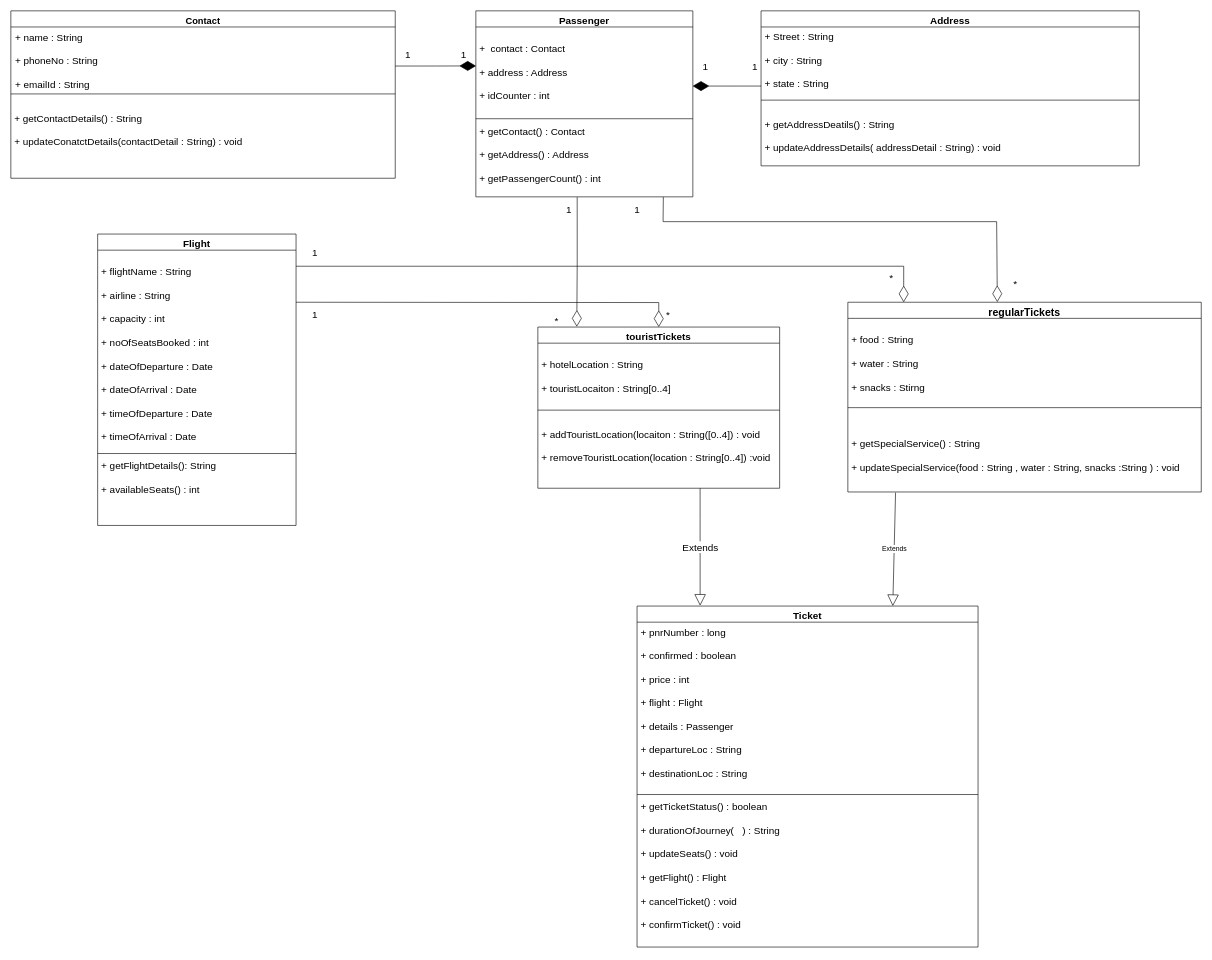
The draw.io diagram UML/class diagram.drawio in abdulashfaq/FRS, before the edit. Source tidied: cells renumbered, new cells numbered last; positions are measured from the earlier drawing's top-left corner, leaving out a move shared by most shapes. Both pictures are drawn from the tidied source at 62%, with x=0, y=0 at pixel (11, 11).
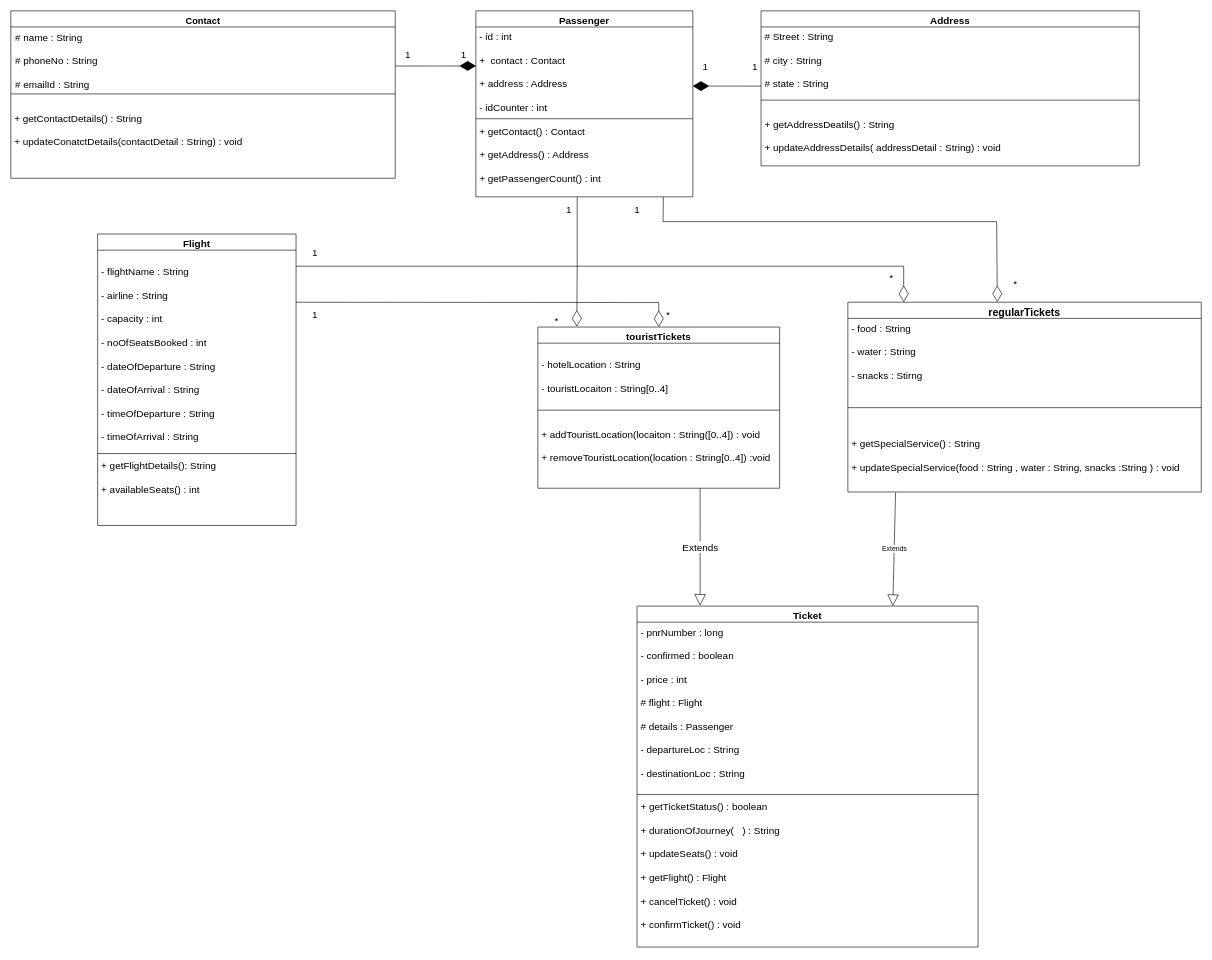
The same diagram, later.

Unchanged cells that the change refers to:
```xml
<mxCell id="2" value="Contact" style="swimlane;fontStyle=1;align=center;verticalAlign=top;horizontal=1;startSize=26;fontSize=15;" parent="1" vertex="1">
  <mxGeometry width="620" height="270" as="geometry" />
</mxCell>
<mxCell id="6" value="Address" style="swimlane;fontStyle=1;align=center;verticalAlign=top;horizontal=1;startSize=26;fontSize=16;" parent="1" vertex="1">
  <mxGeometry x="1210" width="610" height="250" as="geometry" />
</mxCell>
<mxCell id="10" value="regularTickets" style="swimlane;fontStyle=1;align=center;verticalAlign=top;horizontal=1;startSize=26;fontSize=17;" parent="1" vertex="1">
  <mxGeometry x="1350" y="470" width="570" height="306" as="geometry" />
</mxCell>
<mxCell id="14" value="touristTickets" style="swimlane;fontStyle=1;align=center;verticalAlign=top;horizontal=1;startSize=26;fontSize=16;" parent="1" vertex="1">
  <mxGeometry x="850" y="510" width="390" height="260" as="geometry" />
</mxCell>
<mxCell id="18" value="Flight" style="swimlane;fontStyle=1;align=center;verticalAlign=top;horizontal=1;startSize=26;fontSize=16;" parent="1" vertex="1">
  <mxGeometry x="140" y="360" width="320" height="470" as="geometry" />
</mxCell>
<mxCell id="22" value="Ticket" style="swimlane;fontStyle=1;align=center;verticalAlign=top;horizontal=1;startSize=26;fontSize=16;" parent="1" vertex="1">
  <mxGeometry x="1010" y="960" width="550" height="550" as="geometry" />
</mxCell>
<mxCell id="26" value="Passenger" style="swimlane;fontStyle=1;align=center;verticalAlign=top;horizontal=1;startSize=26;fontSize=16;" parent="1" vertex="1">
  <mxGeometry x="750" width="350" height="300" as="geometry" />
</mxCell>
```

Diff of the diagram source:
```diff
@@
-    <mxCell id="3" value="+ name : String&#10;&#10;+ phoneNo : String&#10;&#10;+ emailId : String" style="text;strokeColor=none;fillColor=none;align=left;verticalAlign=top;spacingLeft=4;spacingRight=4;overflow=hidden;points=[[0,0.5],[1,0.5]];portConstraint=eastwest;spacing=3;fontSize=16;" parent="2" vertex="1">
+    <mxCell id="3" value="# name : String&#10;&#10;# phoneNo : String&#10;&#10;# emailId : String" style="text;strokeColor=none;fillColor=none;align=left;verticalAlign=top;spacingLeft=4;spacingRight=4;overflow=hidden;points=[[0,0.5],[1,0.5]];portConstraint=eastwest;spacing=3;fontSize=16;" parent="2" vertex="1">
       <mxGeometry y="26" width="620" height="104" as="geometry" />
     </mxCell>
@@
-    <mxCell id="7" value="+ Street : String&#10;&#10;+ city : String&#10;&#10;+ state : String" style="text;strokeColor=none;fillColor=none;align=left;verticalAlign=top;spacingLeft=4;spacingRight=4;overflow=hidden;points=[[0,0.5],[1,0.5]];portConstraint=eastwest;fontSize=16;" parent="6" vertex="1">
+    <mxCell id="7" value="# Street : String&#10;&#10;# city : String&#10;&#10;# state : String" style="text;strokeColor=none;fillColor=none;align=left;verticalAlign=top;spacingLeft=4;spacingRight=4;overflow=hidden;points=[[0,0.5],[1,0.5]];portConstraint=eastwest;fontSize=16;" parent="6" vertex="1">
       <mxGeometry y="26" width="610" height="114" as="geometry" />
     </mxCell>
@@
-    <mxCell id="11" value="&#10;+ food : String&#10;&#10;+ water : String&#10;&#10;+ snacks : Stirng " style="text;strokeColor=none;fillColor=none;align=left;verticalAlign=top;spacingLeft=4;spacingRight=4;overflow=hidden;fontSize=16;" parent="10" vertex="1">
+    <mxCell id="11" value="- food : String&#10;&#10;- water : String&#10;&#10;- snacks : Stirng " style="text;strokeColor=none;fillColor=none;align=left;verticalAlign=top;spacingLeft=4;spacingRight=4;overflow=hidden;fontSize=16;" parent="10" vertex="1">
       <mxGeometry y="26" width="570" height="140" as="geometry" />
     </mxCell>
@@
-    <mxCell id="15" value="&#10;+ hotelLocation : String&#10;&#10;+ touristLocaiton : String[0..4]" style="text;strokeColor=none;fillColor=none;align=left;verticalAlign=top;spacingLeft=4;spacingRight=4;overflow=hidden;fontSize=16;" parent="14" vertex="1">
+    <mxCell id="15" value="&#10;- hotelLocation : String&#10;&#10;- touristLocaiton : String[0..4]" style="text;strokeColor=none;fillColor=none;align=left;verticalAlign=top;spacingLeft=4;spacingRight=4;overflow=hidden;fontSize=16;" parent="14" vertex="1">
       <mxGeometry y="26" width="390" height="104" as="geometry" />
     </mxCell>
@@
-    <mxCell id="19" value="&#10;+ flightName : String&#10;&#10;+ airline : String&#10;&#10;+ capacity : int &#10;&#10;+ noOfSeatsBooked : int&#10;&#10;+ dateOfDeparture : Date &#10;&#10;+ dateOfArrival : Date&#10;&#10;+ timeOfDeparture : Date&#10;&#10;+ timeOfArrival : Date&#10;" style="text;strokeColor=none;fillColor=none;align=left;verticalAlign=top;spacingLeft=4;spacingRight=4;overflow=hidden;points=[[0,0.5],[1,0.5]];portConstraint=eastwest;fontSize=16;" parent="18" vertex="1">
+    <mxCell id="19" value="&#10;- flightName : String&#10;&#10;- airline : String&#10;&#10;- capacity : int &#10;&#10;- noOfSeatsBooked : int&#10;&#10;- dateOfDeparture : String&#10;&#10;- dateOfArrival : String&#10;&#10;- timeOfDeparture : String&#10;&#10;- timeOfArrival : String&#10;" style="text;strokeColor=none;fillColor=none;align=left;verticalAlign=top;spacingLeft=4;spacingRight=4;overflow=hidden;points=[[0,0.5],[1,0.5]];portConstraint=eastwest;fontSize=16;" parent="18" vertex="1">
       <mxGeometry y="26" width="320" height="324" as="geometry" />
     </mxCell>
@@
-    <mxCell id="23" value="+ pnrNumber : long&#10;&#10;+ confirmed : boolean&#10;&#10;+ price : int&#10;&#10;+ flight : Flight &#10;&#10;+ details : Passenger &#10;&#10;+ departureLoc : String&#10;&#10;+ destinationLoc : String" style="text;strokeColor=none;fillColor=none;align=left;verticalAlign=top;spacingLeft=4;spacingRight=4;overflow=hidden;fontSize=16;" parent="22" vertex="1">
+    <mxCell id="23" value="- pnrNumber : long&#10;&#10;- confirmed : boolean&#10;&#10;- price : int&#10;&#10;# flight : Flight &#10;&#10;# details : Passenger &#10;&#10;- departureLoc : String&#10;&#10;- destinationLoc : String" style="text;strokeColor=none;fillColor=none;align=left;verticalAlign=top;spacingLeft=4;spacingRight=4;overflow=hidden;fontSize=16;" parent="22" vertex="1">
       <mxGeometry y="26" width="550" height="274" as="geometry" />
     </mxCell>
@@
-    <mxCell id="27" value="&#10;+  contact : Contact&#10;&#10;+ address : Address&#10;&#10;+ idCounter : int" style="text;strokeColor=none;fillColor=none;align=left;verticalAlign=top;spacingLeft=4;spacingRight=4;overflow=hidden;points=[[0,0.5],[1,0.5]];portConstraint=eastwest;fontSize=16;" parent="26" vertex="1">
+    <mxCell id="27" value="- id : int &#10;&#10;+  contact : Contact&#10;&#10;+ address : Address&#10;&#10;- idCounter : int" style="text;strokeColor=none;fillColor=none;align=left;verticalAlign=top;spacingLeft=4;spacingRight=4;overflow=hidden;points=[[0,0.5],[1,0.5]];portConstraint=eastwest;fontSize=16;" parent="26" vertex="1">
       <mxGeometry y="26" width="350" height="144" as="geometry" />
     </mxCell>
```
